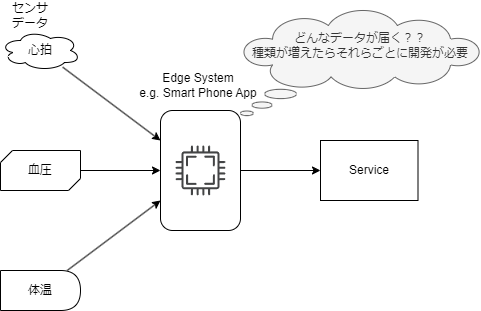
data-container-for-wearable-sensor/StartGuide keeps this draw.io diagram as docs/spec_guide/basic_before.drawio.png. Above is the earlier version. Source tidied: cells renumbered, new cells last; positions are measured from the earlier drawing's top-left corner, leaving out a move shared by most shapes.
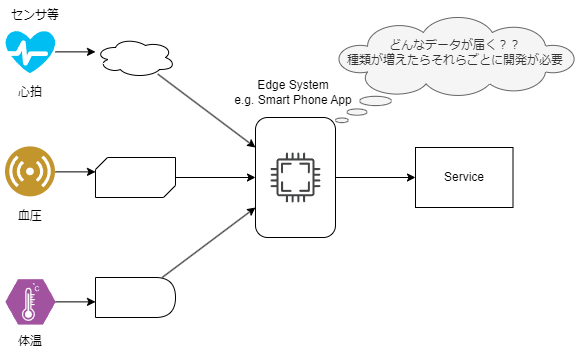
After the change.

Diff of the diagram source:
```diff
@@ -14,13 +14,13 @@
     <mxCell id="5" style="edgeStyle=none;html=1;" parent="1" edge="1" source="6" target="3">
       <mxGeometry relative="1" as="geometry" />
     </mxCell>
-    <mxCell id="6" value="心拍" style="ellipse;shape=cloud;whiteSpace=wrap;html=1;" parent="1" vertex="1">
+    <mxCell id="6" style="ellipse;shape=cloud;whiteSpace=wrap;html=1;" parent="1" vertex="1">
       <mxGeometry y="30" width="80" height="40" as="geometry" />
     </mxCell>
     <mxCell id="7" style="edgeStyle=none;html=1;" parent="1" edge="1" source="8" target="3">
       <mxGeometry relative="1" as="geometry" />
     </mxCell>
-    <mxCell id="8" value="体温" style="shape=delay;whiteSpace=wrap;html=1;" parent="1" vertex="1">
+    <mxCell id="8" style="shape=delay;whiteSpace=wrap;html=1;" parent="1" vertex="1">
       <mxGeometry y="270" width="80" height="40" as="geometry" />
     </mxCell>
     <mxCell id="9" style="edgeStyle=none;html=1;" parent="1" edge="1" source="10" target="3">
@@ -29,9 +29,6 @@
     <mxCell id="10" style="verticalLabelPosition=bottom;verticalAlign=top;html=1;shape=mxgraph.basic.diag_snip_rect;dx=6;whiteSpace=wrap;" parent="1" vertex="1">
       <mxGeometry y="150" width="80" height="40" as="geometry" />
     </mxCell>
-    <mxCell id="11" value="血圧" style="text;html=1;strokeColor=none;fillColor=none;align=center;verticalAlign=middle;whiteSpace=wrap;rounded=0;" parent="1" vertex="1">
-      <mxGeometry x="10" y="155" width="60" height="30" as="geometry" />
-    </mxCell>
     <mxCell id="12" value="Service" style="rounded=0;whiteSpace=wrap;html=1;fillColor=none;" parent="1" vertex="1">
       <mxGeometry x="320" y="140" width="97.5" height="60" as="geometry" />
     </mxCell>
@@ -41,8 +38,41 @@
     <mxCell id="14" style="sketch=0;shadow=0;dashed=0;html=1;strokeColor=none;fillColor=#434445;labelPosition=center;verticalLabelPosition=bottom;verticalAlign=top;align=center;shape=mxgraph.vvd.cpu;" parent="1" vertex="1">
       <mxGeometry x="175" y="145" width="50" height="50" as="geometry" />
     </mxCell>
-    <mxCell id="15" value="センサ&lt;br&gt;データ" style="text;html=1;strokeColor=none;fillColor=none;align=center;verticalAlign=middle;whiteSpace=wrap;rounded=0;" parent="1" vertex="1">
-      <mxGeometry width="60" height="30" as="geometry" />
+    <mxCell id="15" value="センサ等" style="text;html=1;strokeColor=none;fillColor=none;align=center;verticalAlign=middle;whiteSpace=wrap;rounded=0;" parent="1" vertex="1">
+      <mxGeometry x="-90" y="-6.9" width="60" height="30" as="geometry" />
     </mxCell>
+    <mxCell id="16" style="edgeStyle=none;html=1;" parent="1" edge="1" source="17">
+      <mxGeometry relative="1" as="geometry">
+        <mxPoint y="294.4" as="targetPoint" />
+      </mxGeometry>
+    </mxCell>
+    <mxCell id="17" style="verticalLabelPosition=bottom;sketch=0;html=1;fillColor=#A153A0;strokeColor=#ffffff;verticalAlign=top;align=center;points=[[0,0.5,0],[0.125,0.25,0],[0.25,0,0],[0.5,0,0],[0.75,0,0],[0.875,0.25,0],[1,0.5,0],[0.875,0.75,0],[0.75,1,0],[0.5,1,0],[0.125,0.75,0]];shape=mxgraph.cisco_safe.compositeIcon;bgIcon=mxgraph.cisco_safe.design.blank_device;resIcon=mxgraph.cisco_safe.design.sensor;" parent="1" vertex="1">
+      <mxGeometry x="-90" y="271.9" width="50" height="45" as="geometry" />
+    </mxCell>
+    <mxCell id="18" style="edgeStyle=none;html=1;entryX=0;entryY=0.5;entryDx=0;entryDy=0;" parent="1" edge="1" source="19">
+      <mxGeometry relative="1" as="geometry">
+        <mxPoint y="164.4" as="targetPoint" />
+      </mxGeometry>
+    </mxCell>
+    <mxCell id="19" style="perimeter=ellipsePerimeter;html=1;align=center;shadow=0;dashed=0;fontColor=#4277BB;labelBackgroundColor=#ffffff;fontSize=12;spacingTop=3;image;image=img/lib/ibm/users/sensor.svg;" parent="1" vertex="1">
+      <mxGeometry x="-90" y="139.4" width="50" height="50" as="geometry" />
+    </mxCell>
+    <mxCell id="20" style="edgeStyle=none;html=1;entryX=0;entryY=0.5;entryDx=0;entryDy=0;" parent="1" edge="1" source="21">
+      <mxGeometry relative="1" as="geometry">
+        <mxPoint y="44.4" as="targetPoint" />
+      </mxGeometry>
+    </mxCell>
+    <mxCell id="21" style="verticalLabelPosition=bottom;html=1;verticalAlign=top;align=center;strokeColor=none;fillColor=#00BEF2;shape=mxgraph.azure.health_monitoring;" parent="1" vertex="1">
+      <mxGeometry x="-90" y="23.1" width="50" height="42.5" as="geometry" />
+    </mxCell>
+    <mxCell id="22" value="心拍" style="text;html=1;strokeColor=none;fillColor=none;align=center;verticalAlign=middle;whiteSpace=wrap;rounded=0;" parent="1" vertex="1">
+      <mxGeometry x="-95" y="70" width="60" height="30" as="geometry" />
+    </mxCell>
+    <mxCell id="11" value="血圧" style="text;html=1;strokeColor=none;fillColor=none;align=center;verticalAlign=middle;whiteSpace=wrap;rounded=0;" parent="1" vertex="1">
+      <mxGeometry x="-95" y="193.8" width="60" height="30" as="geometry" />
+    </mxCell>
+    <mxCell id="23" value="体温" style="text;html=1;strokeColor=none;fillColor=none;align=center;verticalAlign=middle;whiteSpace=wrap;rounded=0;" parent="1" vertex="1">
+      <mxGeometry x="-95" y="318.8" width="60" height="30" as="geometry" />
+    </mxCell>
   </root>
 </mxGraphModel>
```
